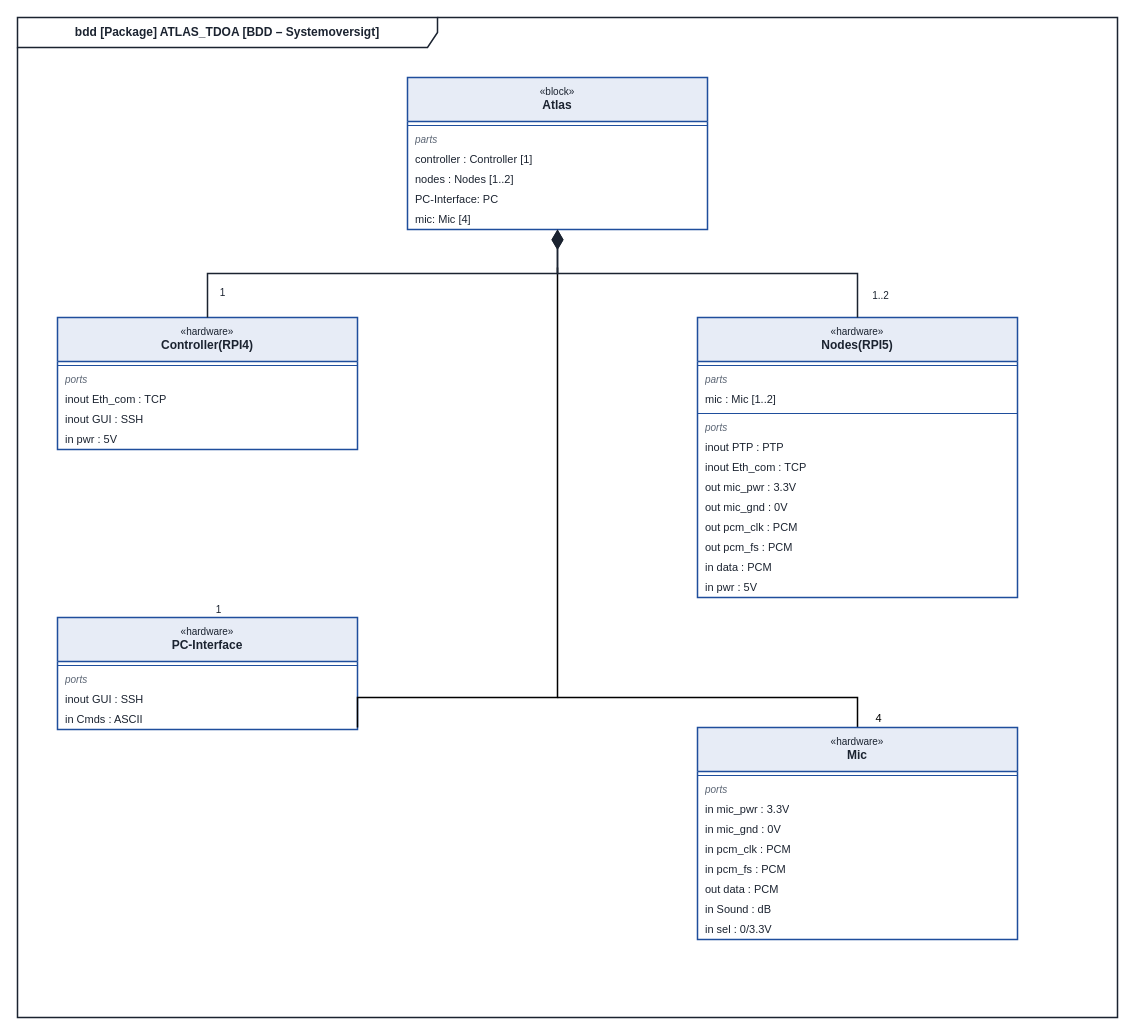
Before: page "BDD-ATLAS" (1 of 2) of docs/construction/BDD-ATLAS.drawio in ViktorFoerrisdahl/SW3PRJ3_5, a draw.io diagram. Source tidied: cells renumbered, new cells numbered last; positions are measured from the earlier drawing's top-left corner, leaving out a move shared by most shapes. Both pictures are drawn from the tidied source at 100%, with x=0, y=0 at pixel (17, 17).
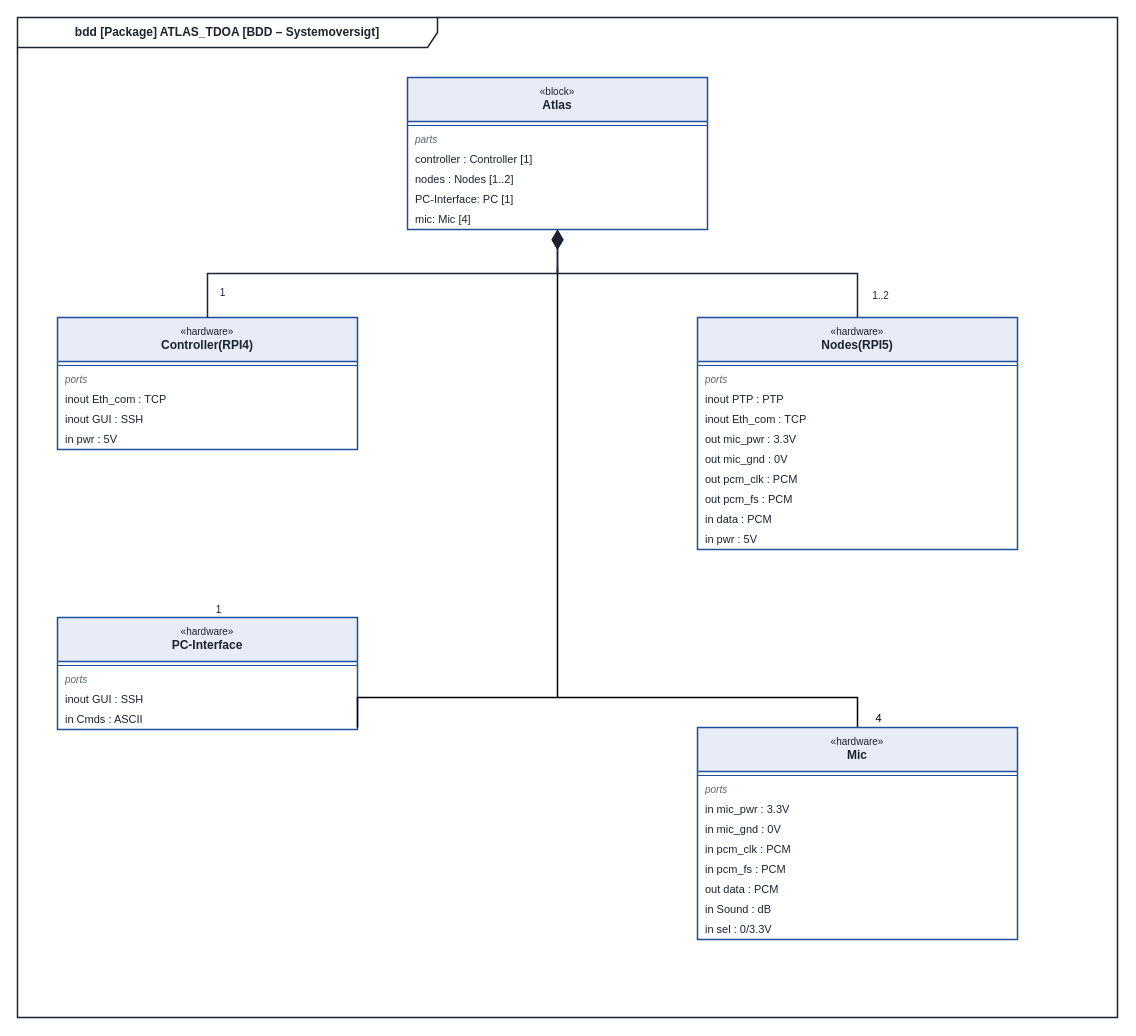
After the change.

Commit message:
Rettet helt til - BDD-ATLAS.drawio

The change refers to these unchanged cells:
```xml
<mxCell id="3" value="&lt;font style=&quot;font-size:10px&quot;&gt;«block»&lt;/font&gt;&lt;br&gt;&lt;b&gt;Atlas&lt;/b&gt;" style="swimlane;fontStyle=0;align=center;verticalAlign=top;horizontal=1;startSize=44;html=1;whiteSpace=wrap;fontSize=12;fontColor=#1b2330;fillColor=#e7ecf6;strokeColor=#1f4e9c;swimlaneFillColor=#ffffff;strokeWidth=1.5;" parent="1" vertex="1">
  <mxGeometry x="390" y="60" width="300" height="152" as="geometry" />
</mxCell>
```

Diff of the diagram source:
```diff
@@
-    <mxCell id="8" value="PC-Interface: PC" style="text;strokeColor=none;fillColor=none;align=left;verticalAlign=middle;spacingLeft=6;spacingRight=4;overflow=hidden;whiteSpace=wrap;html=1;fontSize=11;fontColor=#1b2330;" parent="3" vertex="1">
+    <mxCell id="8" value="PC-Interface: PC [1]" style="text;strokeColor=none;fillColor=none;align=left;verticalAlign=middle;spacingLeft=6;spacingRight=4;overflow=hidden;whiteSpace=wrap;html=1;fontSize=11;fontColor=#1b2330;" parent="3" vertex="1">
       <mxGeometry y="112" width="300" height="20" as="geometry" />
     </mxCell>
@@
     <mxCell id="16" value="&lt;font style=&quot;font-size:10px&quot;&gt;«hardware»&lt;/font&gt;&lt;br&gt;&lt;b&gt;Nodes(RPI5)&lt;/b&gt;" style="swimlane;fontStyle=0;align=center;verticalAlign=top;horizontal=1;startSize=44;html=1;whiteSpace=wrap;fontSize=12;fontColor=#1b2330;fillColor=#e7ecf6;strokeColor=#1f4e9c;swimlaneFillColor=#ffffff;strokeWidth=1.5;" parent="1" vertex="1">
-      <mxGeometry x="680" y="300" width="320" height="280" as="geometry" />
+      <mxGeometry x="680" y="300" width="320" height="232" as="geometry" />
     </mxCell>
-    <mxCell id="17" style="line;strokeWidth=1;fillColor=none;align=left;verticalAlign=middle;spacingTop=-1;spacingLeft=3;spacingRight=3;labelPosition=right;strokeColor=#1f4e9c;" parent="16" vertex="1">
-      <mxGeometry y="44" width="320" height="8" as="geometry" />
-    </mxCell>
-    <mxCell id="18" value="parts" style="text;strokeColor=none;fillColor=none;align=left;verticalAlign=middle;spacingLeft=6;spacingRight=4;overflow=hidden;whiteSpace=wrap;html=1;fontSize=11;fontColor=#1b2330;fontStyle=2;fontColor=#5b6574;fontSize=10;" parent="16" vertex="1">
-      <mxGeometry y="52" width="320" height="20" as="geometry" />
-    </mxCell>
-    <mxCell id="19" value="mic : Mic [1..2]" style="text;strokeColor=none;fillColor=none;align=left;verticalAlign=middle;spacingLeft=6;spacingRight=4;overflow=hidden;whiteSpace=wrap;html=1;fontSize=11;fontColor=#1b2330;" parent="16" vertex="1">
-      <mxGeometry y="72" width="320" height="20" as="geometry" />
-    </mxCell>
     <mxCell id="20" style="line;strokeWidth=1;fillColor=none;align=left;verticalAlign=middle;spacingTop=-1;spacingLeft=3;spacingRight=3;labelPosition=right;strokeColor=#1f4e9c;" parent="16" vertex="1">
-      <mxGeometry y="92" width="320" height="8" as="geometry" />
+      <mxGeometry y="44" width="320" height="8" as="geometry" />
     </mxCell>
     <mxCell id="21" value="ports" style="text;strokeColor=none;fillColor=none;align=left;verticalAlign=middle;spacingLeft=6;spacingRight=4;overflow=hidden;whiteSpace=wrap;html=1;fontSize=11;fontColor=#1b2330;fontStyle=2;fontColor=#5b6574;fontSize=10;" parent="16" vertex="1">
-      <mxGeometry y="100" width="320" height="20" as="geometry" />
+      <mxGeometry y="52" width="320" height="20" as="geometry" />
     </mxCell>
     <mxCell id="22" value="inout PTP : PTP" style="text;strokeColor=none;fillColor=none;align=left;verticalAlign=middle;spacingLeft=6;spacingRight=4;overflow=hidden;whiteSpace=wrap;html=1;fontSize=11;fontColor=#1b2330;" parent="16" vertex="1">
-      <mxGeometry y="120" width="320" height="20" as="geometry" />
+      <mxGeometry y="72" width="320" height="20" as="geometry" />
     </mxCell>
     <mxCell id="23" value="inout Eth_com : TCP" style="text;strokeColor=none;fillColor=none;align=left;verticalAlign=middle;spacingLeft=6;spacingRight=4;overflow=hidden;whiteSpace=wrap;html=1;fontSize=11;fontColor=#1b2330;" parent="16" vertex="1">
-      <mxGeometry y="140" width="320" height="20" as="geometry" />
+      <mxGeometry y="92" width="320" height="20" as="geometry" />
     </mxCell>
     <mxCell id="24" value="out mic_pwr : 3.3V" style="text;strokeColor=none;fillColor=none;align=left;verticalAlign=middle;spacingLeft=6;spacingRight=4;overflow=hidden;whiteSpace=wrap;html=1;fontSize=11;fontColor=#1b2330;" parent="16" vertex="1">
-      <mxGeometry y="160" width="320" height="20" as="geometry" />
+      <mxGeometry y="112" width="320" height="20" as="geometry" />
     </mxCell>
     <mxCell id="25" value="out mic_gnd : 0V" style="text;strokeColor=none;fillColor=none;align=left;verticalAlign=middle;spacingLeft=6;spacingRight=4;overflow=hidden;whiteSpace=wrap;html=1;fontSize=11;fontColor=#1b2330;" parent="16" vertex="1">
-      <mxGeometry y="180" width="320" height="20" as="geometry" />
+      <mxGeometry y="132" width="320" height="20" as="geometry" />
     </mxCell>
     <mxCell id="26" value="out pcm_clk : PCM" style="text;strokeColor=none;fillColor=none;align=left;verticalAlign=middle;spacingLeft=6;spacingRight=4;overflow=hidden;whiteSpace=wrap;html=1;fontSize=11;fontColor=#1b2330;" parent="16" vertex="1">
-      <mxGeometry y="200" width="320" height="20" as="geometry" />
+      <mxGeometry y="152" width="320" height="20" as="geometry" />
     </mxCell>
     <mxCell id="27" value="out pcm_fs : PCM" style="text;strokeColor=none;fillColor=none;align=left;verticalAlign=middle;spacingLeft=6;spacingRight=4;overflow=hidden;whiteSpace=wrap;html=1;fontSize=11;fontColor=#1b2330;" parent="16" vertex="1">
-      <mxGeometry y="220" width="320" height="20" as="geometry" />
+      <mxGeometry y="172" width="320" height="20" as="geometry" />
     </mxCell>
     <mxCell id="28" value="in data : PCM" style="text;strokeColor=none;fillColor=none;align=left;verticalAlign=middle;spacingLeft=6;spacingRight=4;overflow=hidden;whiteSpace=wrap;html=1;fontSize=11;fontColor=#1b2330;" parent="16" vertex="1">
-      <mxGeometry y="240" width="320" height="20" as="geometry" />
+      <mxGeometry y="192" width="320" height="20" as="geometry" />
     </mxCell>
     <mxCell id="29" value="in pwr : 5V" style="text;strokeColor=none;fillColor=none;align=left;verticalAlign=middle;spacingLeft=6;spacingRight=4;overflow=hidden;whiteSpace=wrap;html=1;fontSize=11;fontColor=#1b2330;" parent="16" vertex="1">
-      <mxGeometry y="260" width="320" height="20" as="geometry" />
+      <mxGeometry y="212" width="320" height="20" as="geometry" />
     </mxCell>
```
